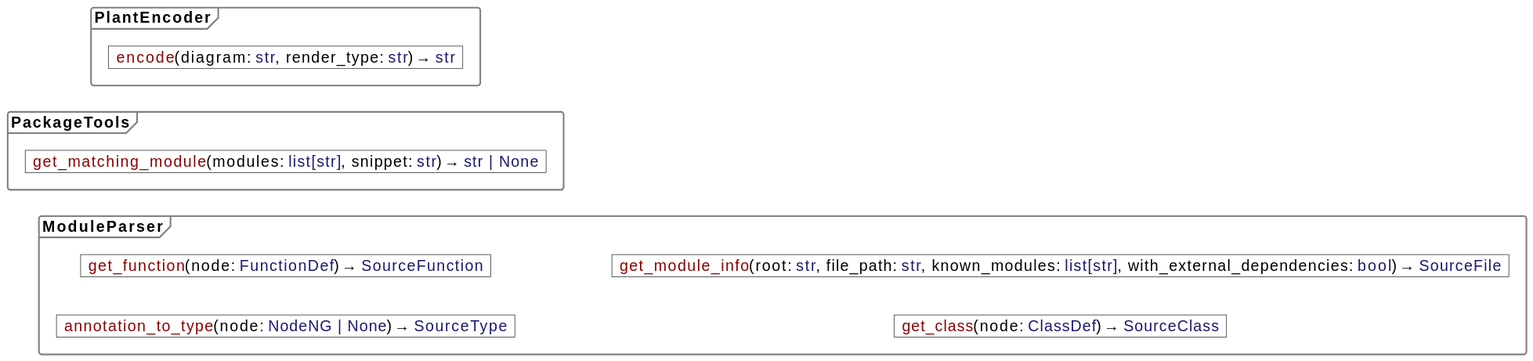
This is utils/uml.svg from Domi04151309/pypu, a PlantUML export, as it was before one commit.
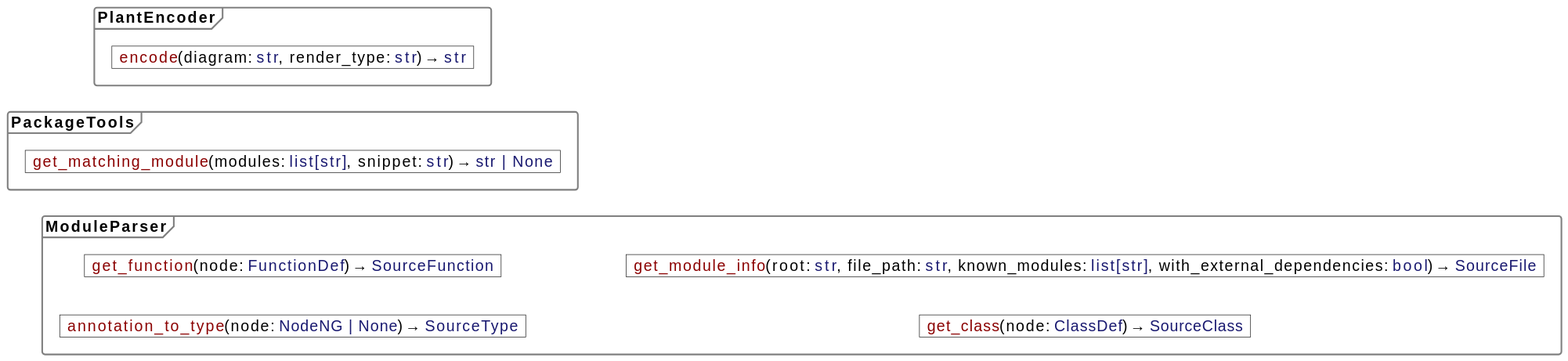
The same diagram one commit later.

Commit message:
Generate diagrams for docs

What changed in the source:
```diff
@@ -6,13 +6,13 @@
 skinparam objectBackgroundColor white
 hide empty members
 hide circle
-package .PackageTools {
+package PackageTools {
 object "<color:DarkRed>get_matching_module</color>(modules: <color:MidnightBlue>list[str]</color>, snippet: <color:MidnightBlue>str</color>) → <color:MidnightBlue>str | None</color>" as get_matching_module
 }
-package .PlantEncoder {
+package PlantEncoder {
 object "<color:DarkRed>encode</color>(diagram: <color:MidnightBlue>str</color>, render_type: <color:MidnightBlue>str</color>) → <color:MidnightBlue>str</color>" as encode
 }
-package .ModuleParser {
+package ModuleParser {
 object "<color:DarkRed>annotation_to_type</color>(node: <color:MidnightBlue>NodeNG | None</color>) → <color:MidnightBlue>SourceType</color>" as annotation_to_type
 object "<color:DarkRed>get_function</color>(node: <color:MidnightBlue>FunctionDef</color>) → <color:MidnightBlue>SourceFunction</color>" as get_function
 object "<color:DarkRed>get_class</color>(node: <color:MidnightBlue>ClassDef</color>) → <color:MidnightBlue>SourceClass</color>" as get_class
```
